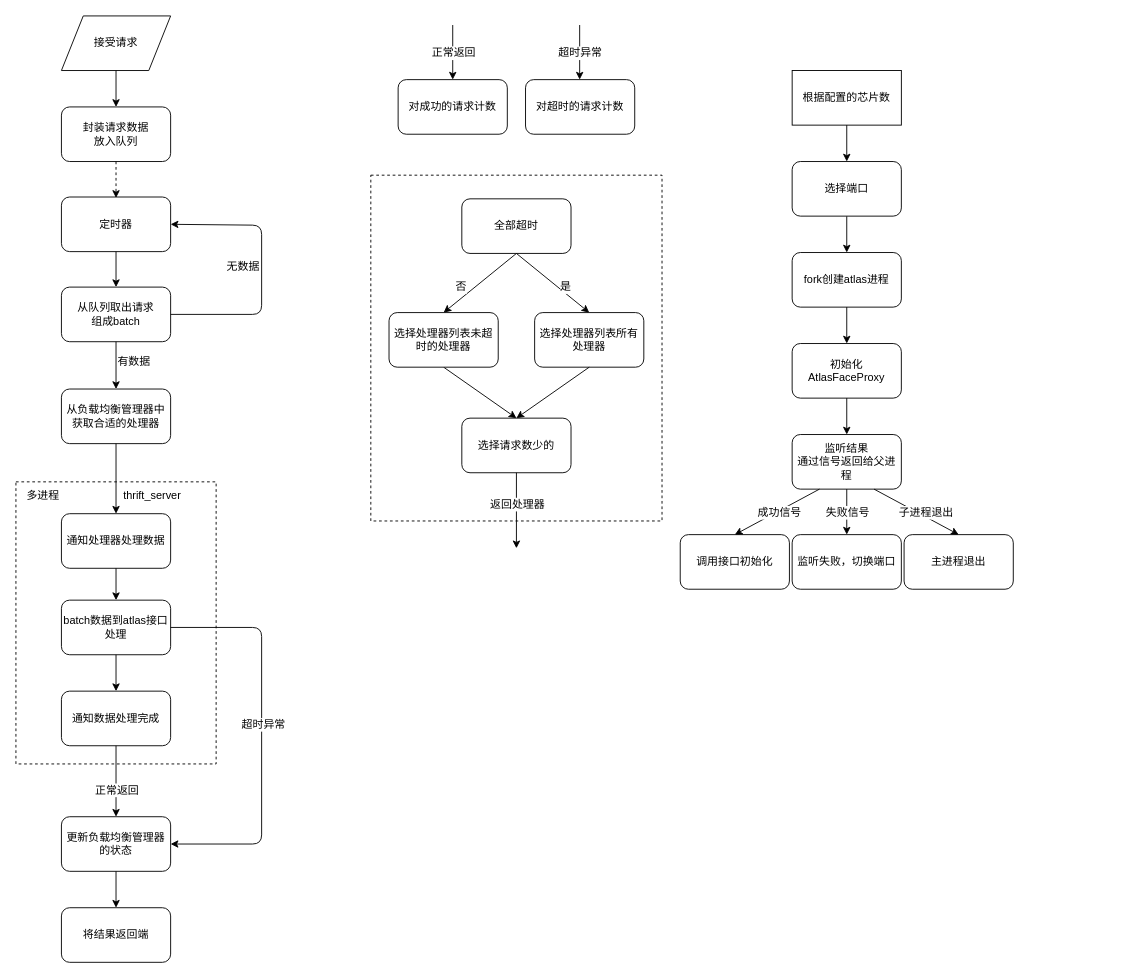
This is atlas_face.drawio from ouyangtian/drawio, a draw.io file, before an edit. Source tidied: cells renumbered, new cells numbered last; positions are measured from the earlier drawing's top-left corner, leaving out a move shared by most shapes. Both pictures are drawn from the tidied source at 91%, with x=0, y=0 at pixel (15, 15).
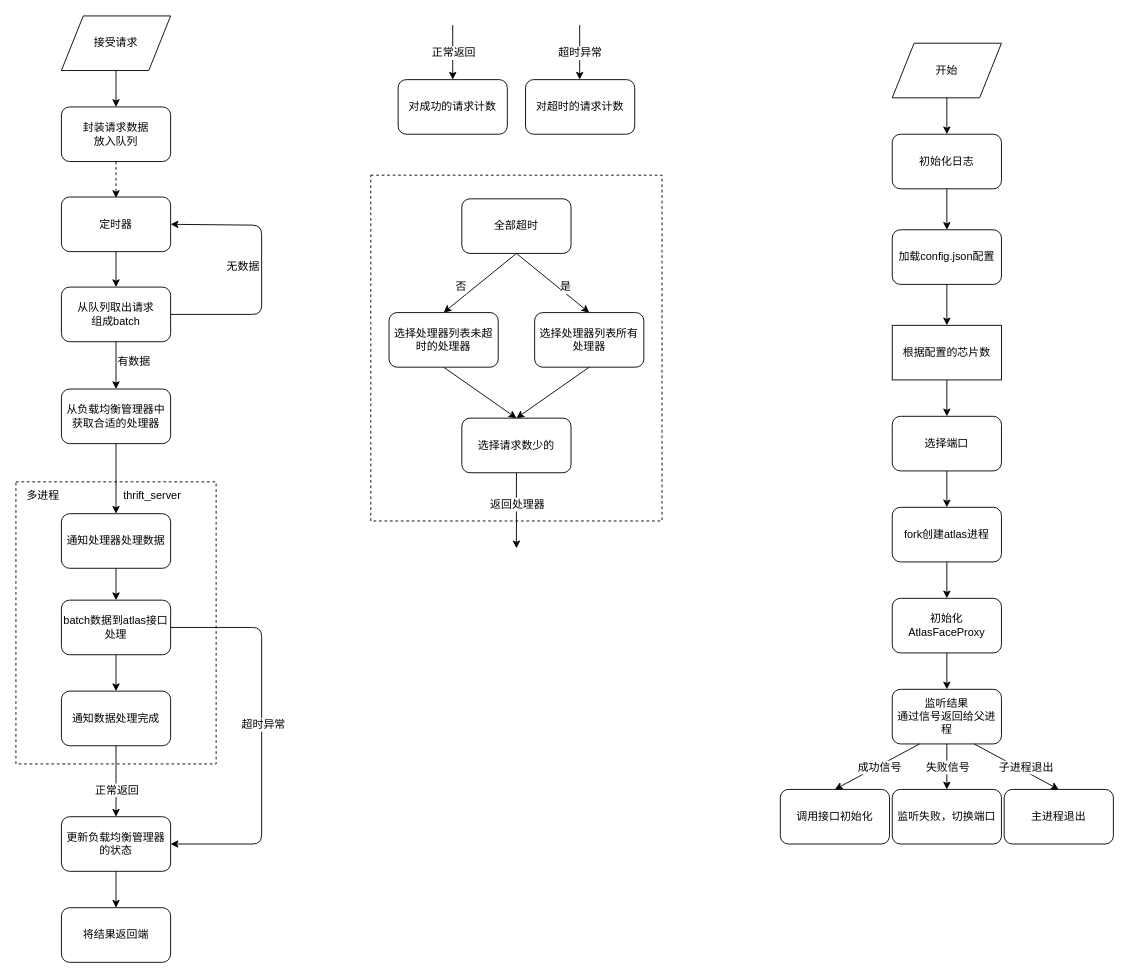
The same diagram, later.

What changed in the source:
```diff
@@
+    <mxCell id="70" style="group;" parent="1" vertex="1">
+      <mxGeometry x="840" y="30" width="366" height="880" as="geometry" />
+    </mxCell>
-    <mxCell id="52" value="根据配置的芯片数" style="rounded=0;whiteSpace=wrap;html=1;" parent="1" vertex="1">
-      <mxGeometry x="853" y="60" width="120" height="60" as="geometry" />
+    <mxCell id="52" value="根据配置的芯片数" style="rounded=0;whiteSpace=wrap;html=1;" parent="70" vertex="1">
+      <mxGeometry x="123" y="310" width="120" height="60" as="geometry" />
     </mxCell>
-    <mxCell id="53" value="&lt;span style=&quot;white-space: normal&quot;&gt;fork创建atlas进程&lt;/span&gt;" style="rounded=1;whiteSpace=wrap;html=1;" parent="1" vertex="1">
-      <mxGeometry x="853" y="260" width="120" height="60" as="geometry" />
+    <mxCell id="53" value="&lt;span style=&quot;white-space: normal&quot;&gt;fork创建atlas进程&lt;/span&gt;" style="rounded=1;whiteSpace=wrap;html=1;" parent="70" vertex="1">
+      <mxGeometry x="123" y="510" width="120" height="60" as="geometry" />
     </mxCell>
-    <mxCell id="54" style="endArrow=classic;html=1;entryX=0.5;entryY=0;entryDx=0;entryDy=0;exitX=0.5;exitY=1;exitDx=0;exitDy=0;" parent="1" edge="1" source="57" target="53">
+    <mxCell id="54" style="endArrow=classic;html=1;entryX=0.5;entryY=0;entryDx=0;entryDy=0;exitX=0.5;exitY=1;exitDx=0;exitDy=0;" parent="70" edge="1" source="57" target="53">
       <mxGeometry relative="1" as="geometry" />
     </mxCell>
-    <mxCell id="55" value="&lt;span style=&quot;white-space: normal&quot;&gt;初始化&lt;/span&gt;&lt;br style=&quot;white-space: normal&quot;&gt;&lt;span style=&quot;white-space: normal&quot;&gt;AtlasFaceProxy&lt;/span&gt;" style="rounded=1;whiteSpace=wrap;html=1;" parent="1" vertex="1">
-      <mxGeometry x="853" y="360" width="120" height="60" as="geometry" />
+    <mxCell id="55" value="&lt;span style=&quot;white-space: normal&quot;&gt;初始化&lt;/span&gt;&lt;br style=&quot;white-space: normal&quot;&gt;&lt;span style=&quot;white-space: normal&quot;&gt;AtlasFaceProxy&lt;/span&gt;" style="rounded=1;whiteSpace=wrap;html=1;" parent="70" vertex="1">
+      <mxGeometry x="123" y="610" width="120" height="60" as="geometry" />
     </mxCell>
-    <mxCell id="56" style="endArrow=classic;html=1;exitX=0.5;exitY=1;exitDx=0;exitDy=0;entryX=0.5;entryY=0;entryDx=0;entryDy=0;" parent="1" edge="1" source="53" target="55">
+    <mxCell id="56" style="endArrow=classic;html=1;exitX=0.5;exitY=1;exitDx=0;exitDy=0;entryX=0.5;entryY=0;entryDx=0;entryDy=0;" parent="70" edge="1" source="53" target="55">
       <mxGeometry relative="1" as="geometry" />
     </mxCell>
-    <mxCell id="57" value="选择端口" style="rounded=1;whiteSpace=wrap;html=1;" parent="1" vertex="1">
-      <mxGeometry x="853" y="160" width="120" height="60" as="geometry" />
+    <mxCell id="57" value="选择端口" style="rounded=1;whiteSpace=wrap;html=1;" parent="70" vertex="1">
+      <mxGeometry x="123" y="410" width="120" height="60" as="geometry" />
     </mxCell>
-    <mxCell id="58" value="监听结果&lt;br&gt;通过信号返回给父进程" style="rounded=1;whiteSpace=wrap;html=1;" parent="1" vertex="1">
-      <mxGeometry x="853" y="460" width="120" height="60" as="geometry" />
+    <mxCell id="58" value="监听结果&lt;br&gt;通过信号返回给父进程" style="rounded=1;whiteSpace=wrap;html=1;" parent="70" vertex="1">
+      <mxGeometry x="123" y="710" width="120" height="60" as="geometry" />
     </mxCell>
-    <mxCell id="59" style="endArrow=classic;html=1;exitX=0.5;exitY=1;exitDx=0;exitDy=0;entryX=0.5;entryY=0;entryDx=0;entryDy=0;" parent="1" edge="1" source="55" target="58">
+    <mxCell id="59" style="endArrow=classic;html=1;exitX=0.5;exitY=1;exitDx=0;exitDy=0;entryX=0.5;entryY=0;entryDx=0;entryDy=0;" parent="70" edge="1" source="55" target="58">
       <mxGeometry relative="1" as="geometry" />
     </mxCell>
-    <mxCell id="60" value="调用接口初始化" style="rounded=1;whiteSpace=wrap;html=1;" parent="1" vertex="1">
-      <mxGeometry x="730" y="570" width="120" height="60" as="geometry" />
+    <mxCell id="60" value="调用接口初始化" style="rounded=1;whiteSpace=wrap;html=1;" parent="70" vertex="1">
+      <mxGeometry y="820" width="120" height="60" as="geometry" />
     </mxCell>
-    <mxCell id="61" value="监听失败，切换端口" style="rounded=1;whiteSpace=wrap;html=1;" parent="1" vertex="1">
-      <mxGeometry x="853" y="570" width="120" height="60" as="geometry" />
+    <mxCell id="61" value="监听失败，切换端口" style="rounded=1;whiteSpace=wrap;html=1;" parent="70" vertex="1">
+      <mxGeometry x="123" y="820" width="120" height="60" as="geometry" />
     </mxCell>
-    <mxCell id="62" style="endArrow=classic;html=1;exitX=0.25;exitY=1;exitDx=0;exitDy=0;entryX=0.5;entryY=0;entryDx=0;entryDy=0;" parent="1" edge="1" source="58" target="60">
+    <mxCell id="62" style="endArrow=classic;html=1;exitX=0.25;exitY=1;exitDx=0;exitDy=0;entryX=0.5;entryY=0;entryDx=0;entryDy=0;" parent="70" edge="1" source="58" target="60">
       <mxGeometry relative="1" as="geometry" />
     </mxCell>
@@
-    <mxCell id="64" style="endArrow=classic;html=1;exitX=0.5;exitY=1;exitDx=0;exitDy=0;entryX=0.5;entryY=0;entryDx=0;entryDy=0;" parent="1" edge="1" source="58" target="61">
+    <mxCell id="64" style="endArrow=classic;html=1;exitX=0.5;exitY=1;exitDx=0;exitDy=0;entryX=0.5;entryY=0;entryDx=0;entryDy=0;" parent="70" edge="1" source="58" target="61">
       <mxGeometry relative="1" as="geometry" />
     </mxCell>
@@
-    <mxCell id="66" value="主进程退出" style="rounded=1;whiteSpace=wrap;html=1;" parent="1" vertex="1">
-      <mxGeometry x="976" y="570" width="120" height="60" as="geometry" />
+    <mxCell id="66" value="主进程退出" style="rounded=1;whiteSpace=wrap;html=1;" parent="70" vertex="1">
+      <mxGeometry x="246" y="820" width="120" height="60" as="geometry" />
     </mxCell>
-    <mxCell id="67" style="endArrow=classic;html=1;exitX=0.75;exitY=1;exitDx=0;exitDy=0;entryX=0.5;entryY=0;entryDx=0;entryDy=0;" parent="1" edge="1" source="58" target="66">
+    <mxCell id="67" style="endArrow=classic;html=1;exitX=0.75;exitY=1;exitDx=0;exitDy=0;entryX=0.5;entryY=0;entryDx=0;entryDy=0;" parent="70" edge="1" source="58" target="66">
       <mxGeometry relative="1" as="geometry" />
     </mxCell>
@@
-    <mxCell id="69" style="endArrow=classic;html=1;exitX=0.5;exitY=1;exitDx=0;exitDy=0;entryX=0.5;entryY=0;entryDx=0;entryDy=0;" parent="1" edge="1" source="52" target="57">
+    <mxCell id="69" style="endArrow=classic;html=1;exitX=0.5;exitY=1;exitDx=0;exitDy=0;entryX=0.5;entryY=0;entryDx=0;entryDy=0;" parent="70" edge="1" source="52" target="57">
       <mxGeometry relative="1" as="geometry" />
     </mxCell>
+    <mxCell id="71" value="开始" style="shape=parallelogram;perimeter=parallelogramPerimeter;whiteSpace=wrap;html=1;" parent="70" vertex="1">
+      <mxGeometry x="123" width="120" height="60" as="geometry" />
+    </mxCell>
+    <mxCell id="72" value="加载config.json配置" style="rounded=1;whiteSpace=wrap;html=1;" parent="70" vertex="1">
+      <mxGeometry x="123" y="205" width="120" height="60" as="geometry" />
+    </mxCell>
+    <mxCell id="73" value="初始化日志" style="rounded=1;whiteSpace=wrap;html=1;" parent="70" vertex="1">
+      <mxGeometry x="123" y="100" width="120" height="60" as="geometry" />
+    </mxCell>
+    <mxCell id="74" style="endArrow=classic;html=1;exitX=0.5;exitY=1;exitDx=0;exitDy=0;entryX=0.5;entryY=0;entryDx=0;entryDy=0;" parent="70" edge="1" source="71" target="73">
+      <mxGeometry relative="1" as="geometry" />
+    </mxCell>
+    <mxCell id="75" style="endArrow=classic;html=1;exitX=0.5;exitY=1;exitDx=0;exitDy=0;entryX=0.5;entryY=0;entryDx=0;entryDy=0;" parent="70" edge="1" source="73" target="72">
+      <mxGeometry relative="1" as="geometry" />
+    </mxCell>
+    <mxCell id="76" style="endArrow=classic;html=1;exitX=0.5;exitY=1;exitDx=0;exitDy=0;entryX=0.5;entryY=0;entryDx=0;entryDy=0;" parent="70" edge="1" source="72" target="52">
+      <mxGeometry relative="1" as="geometry" />
+    </mxCell>
```
